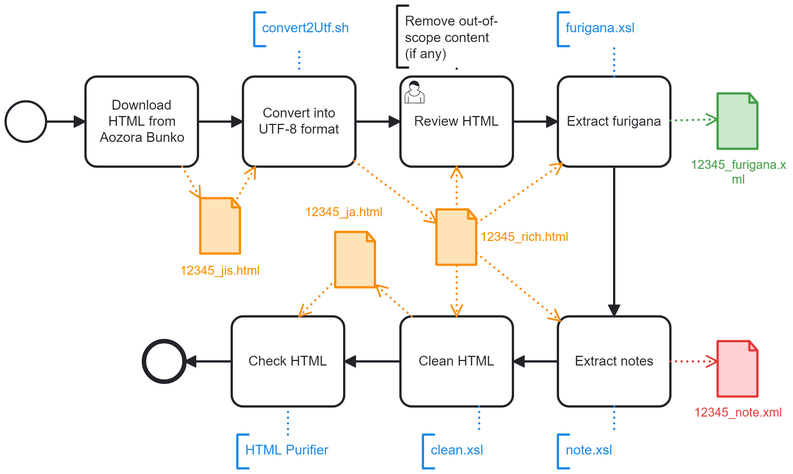
The BPMN diagram 1-CleanUp.png in japotrad/blue-sora, before a commit. Its source is kept beside it as 1-CleanUp.bpmn. Ids are renumbered.
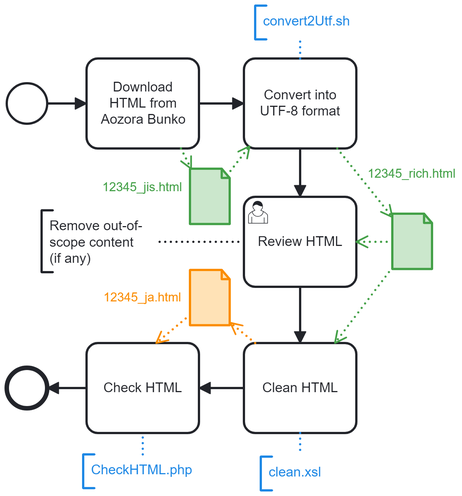
The same file after the commit.

Commit message:
Refactor Initial and CleanUp flows (remove notes and furigana files)

Diff of the diagram source:
```diff
@@ -2,13 +2,31 @@
   <bpmn:process id="buildDbk" name="buildDbk" isExecutable="true">
-    <bpmn:startEvent id="StartEvent_1">
-      <bpmn:outgoing>Flow_n2</bpmn:outgoing>
-    </bpmn:startEvent>
-    <bpmn:task id="Activity_n3" name="Download HTML from Aozora Bunko">
-      <bpmn:incoming>Flow_n2</bpmn:incoming>
-      <bpmn:outgoing>Flow_n4</bpmn:outgoing>
-      <bpmn:dataOutputAssociation id="DataOutputAssociation_n5">
-        <bpmn:targetRef>DataObjectReference_n6</bpmn:targetRef>
+    <bpmn:dataObjectReference id="DataObjectReference_n34" name="12345_ja.html" dataObjectRef="DataObject_n37" />
+    <bpmn:dataObjectReference id="DataObjectReference_n6" name="12345_jis.html" dataObjectRef="DataObject_n13" />
+    <bpmn:dataObjectReference id="DataObjectReference_n12" name="12345_rich.html" dataObjectRef="DataObject_n38" />
+    <bpmn:task id="Activity_n29" name="Check HTML">
+      <bpmn:documentation>Check conformance to a simplified XHTML format.</bpmn:documentation>
+      <bpmn:incoming>Flow_n30</bpmn:incoming>
+      <bpmn:outgoing>Flow_n31</bpmn:outgoing>
+      <bpmn:property id="Property_n32" name="__targetRef_placeholder" />
+      <bpmn:dataInputAssociation id="DataInputAssociation_n33">
+        <bpmn:sourceRef>DataObjectReference_n34</bpmn:sourceRef>
+        <bpmn:targetRef>Property_n32</bpmn:targetRef>
+      </bpmn:dataInputAssociation>
+    </bpmn:task>
+    <bpmn:task id="Activity_n35" name="Clean HTML">
+      <bpmn:documentation>• Remove furigana
+• Remove notes
+• Remove HTML metadata and author's name</bpmn:documentation>
+      <bpmn:extensionElements />
+      <bpmn:incoming>Flow_n58</bpmn:incoming>
+      <bpmn:outgoing>Flow_n30</bpmn:outgoing>
+      <bpmn:property id="Property_n40" name="__targetRef_placeholder" />
+      <bpmn:dataInputAssociation id="DataInputAssociation_n41">
+        <bpmn:sourceRef>DataObjectReference_n12</bpmn:sourceRef>
+        <bpmn:targetRef>Property_n40</bpmn:targetRef>
+      </bpmn:dataInputAssociation>
+      <bpmn:dataOutputAssociation id="DataOutputAssociation_n42">
+        <bpmn:targetRef>DataObjectReference_n34</bpmn:targetRef>
       </bpmn:dataOutputAssociation>
     </bpmn:task>
-    <bpmn:sequenceFlow id="Flow_n2" sourceRef="StartEvent_1" targetRef="Activity_n3" />
     <bpmn:task id="Activity_n7" name="Convert into UTF-8 format">
@@ -28,47 +46,12 @@
     </bpmn:task>
-    <bpmn:sequenceFlow id="Flow_n4" sourceRef="Activity_n3" targetRef="Activity_n7" />
-    <bpmn:dataObjectReference id="DataObjectReference_n6" name="12345_jis.html" dataObjectRef="DataObject_n13" />
+    <bpmn:dataObject id="DataObject_n38" />
+    <bpmn:dataObject id="DataObject_n37" />
     <bpmn:dataObject id="DataObject_n13" />
-    <bpmn:task id="Activity_n14" name="Extract furigana">
-      <bpmn:documentation>Generate an XML file containing only furigana, along with their location in the file.</bpmn:documentation>
-      <bpmn:incoming>Flow_n15</bpmn:incoming>
-      <bpmn:outgoing>Flow_n16</bpmn:outgoing>
-      <bpmn:property id="Property_n17" name="__targetRef_placeholder" />
-      <bpmn:dataInputAssociation id="DataInputAssociation_n18">
-        <bpmn:sourceRef>DataObjectReference_n12</bpmn:sourceRef>
-        <bpmn:targetRef>Property_n17</bpmn:targetRef>
-      </bpmn:dataInputAssociation>
-      <bpmn:dataOutputAssociation id="DataOutputAssociation_n19">
-        <bpmn:targetRef>DataObjectReference_n20</bpmn:targetRef>
+    <bpmn:task id="Activity_n3" name="Download HTML from Aozora Bunko">
+      <bpmn:incoming>Flow_n2</bpmn:incoming>
+      <bpmn:outgoing>Flow_n4</bpmn:outgoing>
+      <bpmn:dataOutputAssociation id="DataOutputAssociation_n5">
+        <bpmn:targetRef>DataObjectReference_n6</bpmn:targetRef>
       </bpmn:dataOutputAssociation>
     </bpmn:task>
-    <bpmn:dataObjectReference id="DataObjectReference_n20" name="12345_furigana.xml" dataObjectRef="DataObject_n21" />
-    <bpmn:dataObject id="DataObject_n21" />
-    <bpmn:task id="Activity_n22" name="Extract notes">
-      <bpmn:documentation>Generate an XML file containing only Aozora's notes, along with their location in the file.</bpmn:documentation>
-      <bpmn:incoming>Flow_n16</bpmn:incoming>
-      <bpmn:outgoing>Flow_n23</bpmn:outgoing>
-      <bpmn:property id="Property_n24" name="__targetRef_placeholder" />
-      <bpmn:dataInputAssociation id="DataInputAssociation_n25">
-        <bpmn:sourceRef>DataObjectReference_n12</bpmn:sourceRef>
-        <bpmn:targetRef>Property_n24</bpmn:targetRef>
-      </bpmn:dataInputAssociation>
-      <bpmn:dataOutputAssociation id="DataOutputAssociation_n26">
-        <bpmn:targetRef>DataObjectReference_n27</bpmn:targetRef>
-      </bpmn:dataOutputAssociation>
-    </bpmn:task>
-    <bpmn:sequenceFlow id="Flow_n16" sourceRef="Activity_n14" targetRef="Activity_n22" />
-    <bpmn:dataObjectReference id="DataObjectReference_n27" name="12345_note.xml" dataObjectRef="DataObject_n28" />
-    <bpmn:dataObject id="DataObject_n28" />
-    <bpmn:task id="Activity_n29" name="Check HTML">
-      <bpmn:documentation>Check conformance to a simplified XHTML format.</bpmn:documentation>
-      <bpmn:incoming>Flow_n30</bpmn:incoming>
-      <bpmn:outgoing>Flow_n31</bpmn:outgoing>
-      <bpmn:property id="Property_n32" name="__targetRef_placeholder" />
-      <bpmn:dataInputAssociation id="DataInputAssociation_n33">
-        <bpmn:sourceRef>DataObjectReference_n34</bpmn:sourceRef>
-        <bpmn:targetRef>Property_n32</bpmn:targetRef>
-      </bpmn:dataInputAssociation>
-    </bpmn:task>
-    <bpmn:sequenceFlow id="Flow_n23" sourceRef="Activity_n22" targetRef="Activity_n35" />
     <bpmn:endEvent id="Event_n36">
@@ -76,24 +59,8 @@
     </bpmn:endEvent>
+    <bpmn:sequenceFlow id="Flow_n30" sourceRef="Activity_n35" targetRef="Activity_n29" />
+    <bpmn:sequenceFlow id="Flow_n58" sourceRef="Activity_n39" targetRef="Activity_n35" />
+    <bpmn:sequenceFlow id="Flow_n4" sourceRef="Activity_n3" targetRef="Activity_n7" />
+    <bpmn:sequenceFlow id="Flow_n8" sourceRef="Activity_n7" targetRef="Activity_n39" />
+    <bpmn:sequenceFlow id="Flow_n2" sourceRef="StartEvent_1" targetRef="Activity_n3" />
     <bpmn:sequenceFlow id="Flow_n31" sourceRef="Activity_n29" targetRef="Event_n36" />
-    <bpmn:dataObjectReference id="DataObjectReference_n34" name="12345_ja.html" dataObjectRef="DataObject_n37" />
-    <bpmn:dataObject id="DataObject_n37" />
-    <bpmn:dataObjectReference id="DataObjectReference_n12" name="12345_rich.html" dataObjectRef="DataObject_n38" />
-    <bpmn:dataObject id="DataObject_n38" />
-    <bpmn:sequenceFlow id="Flow_n8" sourceRef="Activity_n7" targetRef="Activity_n39" />
-    <bpmn:task id="Activity_n35" name="Clean HTML">
-      <bpmn:documentation>• Remove furigana
-• Remove notes
-• Remove HTML metadata and author's name</bpmn:documentation>
-      <bpmn:extensionElements />
-      <bpmn:incoming>Flow_n23</bpmn:incoming>
-      <bpmn:outgoing>Flow_n30</bpmn:outgoing>
-      <bpmn:property id="Property_n40" name="__targetRef_placeholder" />
-      <bpmn:dataInputAssociation id="DataInputAssociation_n41">
-        <bpmn:sourceRef>DataObjectReference_n12</bpmn:sourceRef>
-        <bpmn:targetRef>Property_n40</bpmn:targetRef>
-      </bpmn:dataInputAssociation>
-      <bpmn:dataOutputAssociation id="DataOutputAssociation_n42">
-        <bpmn:targetRef>DataObjectReference_n34</bpmn:targetRef>
-      </bpmn:dataOutputAssociation>
-    </bpmn:task>
     <bpmn:userTask id="Activity_n39" name="Review HTML">
@@ -106,3 +73,3 @@
       <bpmn:incoming>Flow_n8</bpmn:incoming>
-      <bpmn:outgoing>Flow_n15</bpmn:outgoing>
+      <bpmn:outgoing>Flow_n58</bpmn:outgoing>
       <bpmn:property id="Property_n43" name="__targetRef_placeholder" />
@@ -113,4 +80,5 @@
     </bpmn:userTask>
-    <bpmn:sequenceFlow id="Flow_n15" sourceRef="Activity_n39" targetRef="Activity_n14" />
-    <bpmn:sequenceFlow id="Flow_n30" sourceRef="Activity_n35" targetRef="Activity_n29" />
+    <bpmn:startEvent id="StartEvent_1">
+      <bpmn:outgoing>Flow_n2</bpmn:outgoing>
+    </bpmn:startEvent>
     <bpmn:textAnnotation id="TextAnnotation_n45">
@@ -120,3 +88,3 @@
     <bpmn:textAnnotation id="TextAnnotation_n47">
-      <bpmn:text>HTML Purifier</bpmn:text>
+      <bpmn:text>CheckHTML.php</bpmn:text>
     </bpmn:textAnnotation>
@@ -128,10 +96,2 @@
     <bpmn:association id="Association_n50" associationDirection="None" sourceRef="Activity_n39" targetRef="TextAnnotation_n49" />
-    <bpmn:textAnnotation id="TextAnnotation_n51">
-      <bpmn:text>furigana.xsl</bpmn:text>
-    </bpmn:textAnnotation>
-    <bpmn:association id="Association_n52" associationDirection="None" sourceRef="Activity_n14" targetRef="TextAnnotation_n51" />
-    <bpmn:textAnnotation id="TextAnnotation_n53">
-      <bpmn:text>note.xsl</bpmn:text>
-    </bpmn:textAnnotation>
-    <bpmn:association id="Association_n54" associationDirection="None" sourceRef="Activity_n22" targetRef="TextAnnotation_n53" />
     <bpmn:textAnnotation id="TextAnnotation_n55">
@@ -154,49 +114,4 @@
       </bpmndi:BPMNShape>
-      <bpmndi:BPMNShape id="DataObjectReference_n6_di" bpmnElement="DataObjectReference_n6" bioc:stroke="#fb8c00" bioc:fill="#ffe0b2" color:background-color="#ffe0b2" color:border-color="#fb8c00">
-        <dc:Bounds x="352" y="245" width="36" height="50" />
-        <bpmndi:BPMNLabel>
-          <dc:Bounds x="334" y="303" width="72" height="14" />
-        </bpmndi:BPMNLabel>
-      </bpmndi:BPMNShape>
-      <bpmndi:BPMNShape id="Activity_n14_di" bpmnElement="Activity_n14">
-        <dc:Bounds x="670" y="137" width="100" height="80" />
-        <bpmndi:BPMNLabel />
-      </bpmndi:BPMNShape>
-      <bpmndi:BPMNShape id="DataObjectReference_n20_di" bpmnElement="DataObjectReference_n20" bioc:stroke="#43a047" bioc:fill="#c8e6c9" color:background-color="#c8e6c9" color:border-color="#43a047">
-        <dc:Bounds x="812" y="152" width="36" height="50" />
-        <bpmndi:BPMNLabel>
-          <dc:Bounds x="788" y="209" width="86" height="27" />
-        </bpmndi:BPMNLabel>
-      </bpmndi:BPMNShape>
-      <bpmndi:BPMNShape id="Activity_n22_di" bpmnElement="Activity_n22">
-        <dc:Bounds x="670" y="350" width="100" height="80" />
-        <bpmndi:BPMNLabel />
-      </bpmndi:BPMNShape>
-      <bpmndi:BPMNShape id="DataObjectReference_n27_di" bpmnElement="DataObjectReference_n27" bioc:stroke="#e53935" bioc:fill="#ffcdd2" color:background-color="#ffcdd2" color:border-color="#e53935">
-        <dc:Bounds x="812" y="372" width="36" height="50" />
-        <bpmndi:BPMNLabel>
-          <dc:Bounds x="791" y="429" width="79" height="14" />
-        </bpmndi:BPMNLabel>
-      </bpmndi:BPMNShape>
       <bpmndi:BPMNShape id="Activity_n29_di" bpmnElement="Activity_n29">
-        <dc:Bounds x="380" y="350" width="100" height="80" />
-        <bpmndi:BPMNLabel />
-      </bpmndi:BPMNShape>
-      <bpmndi:BPMNShape id="Event_n36_di" bpmnElement="Event_n36">
-        <dc:Bounds x="302" y="372" width="36" height="36" />
-      </bpmndi:BPMNShape>
-      <bpmndi:BPMNShape id="DataObjectReference_n34_di" bpmnElement="DataObjectReference_n34" bioc:stroke="#fb8c00" bioc:fill="#ffe0b2" color:background-color="#ffe0b2" color:border-color="#fb8c00">
-        <dc:Bounds x="472" y="275" width="36" height="50" />
-        <bpmndi:BPMNLabel>
-          <dc:Bounds x="445" y="251" width="70" height="14" />
-        </bpmndi:BPMNLabel>
-      </bpmndi:BPMNShape>
-      <bpmndi:BPMNShape id="DataObjectReference_n12_di" bpmnElement="DataObjectReference_n12" bioc:stroke="#fb8c00" bioc:fill="#ffe0b2" color:background-color="#ffe0b2" color:border-color="#fb8c00">
-        <dc:Bounds x="562" y="255" width="36" height="50" />
-        <bpmndi:BPMNLabel color:color="#fb8c00">
-          <dc:Bounds x="601" y="273" width="79" height="14" />
-        </bpmndi:BPMNLabel>
-      </bpmndi:BPMNShape>
-      <bpmndi:BPMNShape id="Activity_n35_di" bpmnElement="Activity_n35">
-        <dc:Bounds x="530" y="350" width="100" height="80" />
+        <dc:Bounds x="250" y="390" width="100" height="80" />
         <bpmndi:BPMNLabel />
@@ -204,32 +119,49 @@
       <bpmndi:BPMNShape id="Activity_n39_di" bpmnElement="Activity_n39">
-        <dc:Bounds x="530" y="137" width="100" height="80" />
+        <dc:Bounds x="390" y="260" width="100" height="80" />
         <bpmndi:BPMNLabel />
       </bpmndi:BPMNShape>
-      <bpmndi:BPMNShape id="TextAnnotation_n45_di" bpmnElement="TextAnnotation_n45" bioc:stroke="#1e88e5" bioc:fill="#bbdefb" color:background-color="#bbdefb" color:border-color="#1e88e5">
-        <dc:Bounds x="400" y="80" width="122" height="30" />
+      <bpmndi:BPMNShape id="Activity_n35_di" bpmnElement="Activity_n35">
+        <dc:Bounds x="390" y="390" width="100" height="80" />
         <bpmndi:BPMNLabel />
       </bpmndi:BPMNShape>
-      <bpmndi:BPMNShape id="BPMNShape_n57" bpmnElement="TextAnnotation_n47" bioc:stroke="#1e88e5" bioc:fill="#bbdefb" color:background-color="#bbdefb" color:border-color="#1e88e5">
-        <dc:Bounds x="385" y="455" width="90" height="30" />
-        <bpmndi:BPMNLabel />
+      <bpmndi:BPMNShape id="DataObjectReference_n6_di" bpmnElement="DataObjectReference_n6" bioc:stroke="#43a047" bioc:fill="#c8e6c9" color:background-color="#c8e6c9" color:border-color="#43a047">
+        <dc:Bounds x="342" y="235" width="36" height="50" />
+        <bpmndi:BPMNLabel>
+          <dc:Bounds x="264" y="245" width="71" height="14" />
+        </bpmndi:BPMNLabel>
       </bpmndi:BPMNShape>
-      <bpmndi:BPMNShape id="TextAnnotation_n49_di" bpmnElement="TextAnnotation_n49">
-        <dc:Bounds x="527" y="74" width="104.99131774902344" height="54.99131774902344" />
-        <bpmndi:BPMNLabel />
+      <bpmndi:BPMNShape id="DataObjectReference_n34_di" bpmnElement="DataObjectReference_n34" bioc:stroke="#fb8c00" bioc:fill="#ffe0b2" color:background-color="#ffe0b2" color:border-color="#fb8c00">
+        <dc:Bounds x="342" y="325" width="36" height="50" />
+        <bpmndi:BPMNLabel>
+          <dc:Bounds x="265" y="343" width="70" height="14" />
+        </bpmndi:BPMNLabel>
       </bpmndi:BPMNShape>
-      <bpmndi:BPMNShape id="TextAnnotation_n51_di" bpmnElement="TextAnnotation_n51" bioc:stroke="#1e88e5" bioc:fill="#bbdefb" color:background-color="#bbdefb" color:border-color="#1e88e5">
-        <dc:Bounds x="670" y="80" width="90" height="30" />
-        <bpmndi:BPMNLabel />
+      <bpmndi:BPMNShape id="DataObjectReference_n12_di" bpmnElement="DataObjectReference_n12" bioc:stroke="#43a047" bioc:fill="#c8e6c9" color:background-color="#c8e6c9" color:border-color="#43a047">
+        <dc:Bounds x="522" y="275" width="36" height="50" />
+        <bpmndi:BPMNLabel color:color="#43a047">
+          <dc:Bounds x="500" y="233" width="79" height="14" />
+        </bpmndi:BPMNLabel>
       </bpmndi:BPMNShape>
-      <bpmndi:BPMNShape id="TextAnnotation_n53_di" bpmnElement="TextAnnotation_n53" bioc:stroke="#1e88e5" bioc:fill="#bbdefb" color:background-color="#bbdefb" color:border-color="#1e88e5">
-        <dc:Bounds x="670" y="455" width="100" height="30" />
-        <bpmndi:BPMNLabel />
+      <bpmndi:BPMNShape id="Event_n36_di" bpmnElement="Event_n36">
+        <dc:Bounds x="179" y="412" width="36" height="36" />
       </bpmndi:BPMNShape>
-      <bpmndi:BPMNShape id="TextAnnotation_n55_di" bpmnElement="TextAnnotation_n55" bioc:stroke="#1e88e5" bioc:fill="#bbdefb" color:background-color="#bbdefb" color:border-color="#1e88e5">
-        <dc:Bounds x="550" y="455" width="70" height="30" />
-        <bpmndi:BPMNLabel />
-      </bpmndi:BPMNShape>
-      <bpmndi:BPMNEdge id="DataOutputAssociation_n5_di" bpmnElement="DataOutputAssociation_n5" bioc:stroke="#fb8c00" color:border-color="#fb8c00">
-        <di:waypoint x="336" y="217" />
-        <di:waypoint x="352" y="245" />
+      <bpmndi:BPMNEdge id="Association_n50_di" bpmnElement="Association_n50">
+        <di:waypoint x="390" y="300" />
+        <di:waypoint x="310" y="300" />
+      </bpmndi:BPMNEdge>
+      <bpmndi:BPMNEdge id="Association_n48_di" bpmnElement="Association_n48" bioc:stroke="#1e88e5" color:border-color="#1e88e5">
+        <di:waypoint x="300" y="489" />
+        <di:waypoint x="300" y="470" />
+      </bpmndi:BPMNEdge>
+      <bpmndi:BPMNEdge id="Association_n56_di" bpmnElement="Association_n56" bioc:stroke="#1e88e5" color:border-color="#1e88e5">
+        <di:waypoint x="440" y="470" />
+        <di:waypoint x="440" y="486" />
+      </bpmndi:BPMNEdge>
+      <bpmndi:BPMNEdge id="Association_n46_di" bpmnElement="Association_n46" bioc:stroke="#1e88e5" color:border-color="#1e88e5">
+        <di:waypoint x="440" y="137" />
+        <di:waypoint x="440" y="120" />
+      </bpmndi:BPMNEdge>
+      <bpmndi:BPMNEdge id="DataOutputAssociation_n5_di" bpmnElement="DataOutputAssociation_n5" bioc:stroke="#43a047" color:border-color="#43a047">
+        <di:waypoint x="334" y="217" />
+        <di:waypoint x="343" y="235" />
       </bpmndi:BPMNEdge>
@@ -239,9 +171,9 @@
       </bpmndi:BPMNEdge>
-      <bpmndi:BPMNEdge id="DataInputAssociation_n10_di" bpmnElement="DataInputAssociation_n10" bioc:stroke="#fb8c00" color:border-color="#fb8c00">
-        <di:waypoint x="385" y="245" />
-        <di:waypoint x="401" y="217" />
+      <bpmndi:BPMNEdge id="DataInputAssociation_n10_di" bpmnElement="DataInputAssociation_n10" bioc:stroke="#43a047" color:border-color="#43a047">
+        <di:waypoint x="378" y="237" />
+        <di:waypoint x="395" y="215" />
       </bpmndi:BPMNEdge>
-      <bpmndi:BPMNEdge id="DataOutputAssociation_n11_di" bpmnElement="DataOutputAssociation_n11" bioc:stroke="#fb8c00" color:border-color="#fb8c00">
-        <di:waypoint x="489" y="212" />
-        <di:waypoint x="562" y="267" />
+      <bpmndi:BPMNEdge id="DataOutputAssociation_n11_di" bpmnElement="DataOutputAssociation_n11" bioc:stroke="#43a047" color:border-color="#43a047">
+        <di:waypoint x="473" y="217" />
+        <di:waypoint x="522" y="278" />
       </bpmndi:BPMNEdge>
@@ -251,82 +183,50 @@
       </bpmndi:BPMNEdge>
-      <bpmndi:BPMNEdge id="DataInputAssociation_n18_di" bpmnElement="DataInputAssociation_n18" bioc:stroke="#fb8c00" color:border-color="#fb8c00">
-        <di:waypoint x="598" y="267" />
-        <di:waypoint x="674" y="214" />
+      <bpmndi:BPMNEdge id="Flow_n8_di" bpmnElement="Flow_n8">
+        <di:waypoint x="440" y="217" />
+        <di:waypoint x="440" y="260" />
       </bpmndi:BPMNEdge>
-      <bpmndi:BPMNEdge id="DataOutputAssociation_n19_di" bpmnElement="DataOutputAssociation_n19" bioc:stroke="#43a047" color:border-color="#43a047">
-        <di:waypoint x="770" y="176" />
-        <di:waypoint x="812" y="175" />
+      <bpmndi:BPMNEdge id="DataInputAssociation_n41_di" bpmnElement="DataInputAssociation_n41" bioc:stroke="#43a047" color:border-color="#43a047">
+        <di:waypoint x="522" y="323" />
+        <di:waypoint x="471" y="390" />
       </bpmndi:BPMNEdge>
-      <bpmndi:BPMNEdge id="DataInputAssociation_n25_di" bpmnElement="DataInputAssociation_n25" bioc:stroke="#fb8c00" color:border-color="#fb8c00">
-        <di:waypoint x="598" y="294" />
-        <di:waypoint x="672" y="354" />
-      </bpmndi:BPMNEdge>
-      <bpmndi:BPMNEdge id="DataOutputAssociation_n26_di" bpmnElement="DataOutputAssociation_n26" bioc:stroke="#e53935" color:border-color="#e53935">
-        <di:waypoint x="770" y="390" />
-        <di:waypoint x="812" y="390" />
-      </bpmndi:BPMNEdge>
-      <bpmndi:BPMNEdge id="Flow_n16_di" bpmnElement="Flow_n16">
-        <di:waypoint x="720" y="217" />
-        <di:waypoint x="720" y="350" />
+      <bpmndi:BPMNEdge id="DataInputAssociation_n44_di" bpmnElement="DataInputAssociation_n44" bioc:stroke="#43a047" color:border-color="#43a047">
+        <di:waypoint x="522" y="300" />
+        <di:waypoint x="490" y="300" />
       </bpmndi:BPMNEdge>
       <bpmndi:BPMNEdge id="DataInputAssociation_n33_di" bpmnElement="DataInputAssociation_n33" bioc:stroke="#fb8c00" color:border-color="#fb8c00">
-        <di:waypoint x="472" y="318" />
-        <di:waypoint x="440" y="350" />
+        <di:waypoint x="342" y="365" />
+        <di:waypoint x="312" y="390" />
       </bpmndi:BPMNEdge>
-      <bpmndi:BPMNEdge id="Flow_n23_di" bpmnElement="Flow_n23">
-        <di:waypoint x="670" y="390" />
-        <di:waypoint x="630" y="390" />
+      <bpmndi:BPMNEdge id="Flow_n30_di" bpmnElement="Flow_n30">
+        <di:waypoint x="390" y="430" />
+        <di:waypoint x="350" y="430" />
       </bpmndi:BPMNEdge>
       <bpmndi:BPMNEdge id="Flow_n31_di" bpmnElement="Flow_n31">
-        <di:waypoint x="380" y="390" />
-        <di:waypoint x="338" y="390" />
-      </bpmndi:BPMNEdge>
-      <bpmndi:BPMNEdge id="Flow_n8_di" bpmnElement="Flow_n8">
-        <di:waypoint x="490" y="177" />
-        <di:waypoint x="530" y="177" />
-      </bpmndi:BPMNEdge>
-      <bpmndi:BPMNEdge id="DataInputAssociation_n41_di" bpmnElement="DataInputAssociation_n41" bioc:stroke="#fb8c00" color:border-color="#fb8c00">
-        <di:waypoint x="580" y="305" />
-        <di:waypoint x="580" y="350" />
+        <di:waypoint x="250" y="430" />
+        <di:waypoint x="215" y="430" />
       </bpmndi:BPMNEdge>
       <bpmndi:BPMNEdge id="DataOutputAssociation_n42_di" bpmnElement="DataOutputAssociation_n42" bioc:stroke="#fb8c00" color:border-color="#fb8c00">
-        <di:waypoint x="540" y="350" />
-        <di:waypoint x="508" y="322" />
+        <di:waypoint x="400" y="390" />
+        <di:waypoint x="378" y="372" />
       </bpmndi:BPMNEdge>
-      <bpmndi:BPMNEdge id="DataInputAssociation_n44_di" bpmnElement="DataInputAssociation_n44" bioc:stroke="#fb8c00" color:border-color="#fb8c00">
-        <di:waypoint x="580" y="255" />
-        <di:waypoint x="580" y="217" />
+      <bpmndi:BPMNEdge id="Flow_n58_di" bpmnElement="Flow_n58">
+        <di:waypoint x="440" y="340" />
+        <di:waypoint x="440" y="390" />
       </bpmndi:BPMNEdge>
-      <bpmndi:BPMNEdge id="Flow_n15_di" bpmnElement="Flow_n15">
-        <di:waypoint x="630" y="177" />
-        <di:waypoint x="670" y="177" />
-      </bpmndi:BPMNEdge>
-      <bpmndi:BPMNEdge id="Flow_n30_di" bpmnElement="Flow_n30">
-        <di:waypoint x="530" y="390" />
-        <di:waypoint x="480" y="390" />
-      </bpmndi:BPMNEdge>
-      <bpmndi:BPMNEdge id="Association_n46_di" bpmnElement="Association_n46" bioc:stroke="#1e88e5" color:border-color="#1e88e5">
-        <di:waypoint x="440" y="130" />
-        <di:waypoint x="440" y="110" />
-      </bpmndi:BPMNEdge>
-      <bpmndi:BPMNEdge id="Association_n48_di" bpmnElement="Association_n48" bioc:stroke="#1e88e5" color:border-color="#1e88e5">
-        <di:waypoint x="430" y="455" />
-        <di:waypoint x="430" y="430" />
-      </bpmndi:BPMNEdge>
-      <bpmndi:BPMNEdge id="Association_n50_di" bpmnElement="Association_n50">
-        <di:waypoint x="580" y="130" />
-        <di:waypoint x="580" y="129" />
-      </bpmndi:BPMNEdge>
-      <bpmndi:BPMNEdge id="Association_n52_di" bpmnElement="Association_n52" bioc:stroke="#1e88e5" color:border-color="#1e88e5">
-        <di:waypoint x="720" y="137" />
-        <di:waypoint x="720" y="110" />
-      </bpmndi:BPMNEdge>
-      <bpmndi:BPMNEdge id="Association_n54_di" bpmnElement="Association_n54" bioc:stroke="#1e88e5" color:border-color="#1e88e5">
-        <di:waypoint x="720" y="430" />
-        <di:waypoint x="720" y="455" />
-      </bpmndi:BPMNEdge>
-      <bpmndi:BPMNEdge id="Association_n56_di" bpmnElement="Association_n56" bioc:stroke="#1e88e5" color:border-color="#1e88e5">
-        <di:waypoint x="600" y="430" />
-        <di:waypoint x="600" y="455" />
-      </bpmndi:BPMNEdge>
+      <bpmndi:BPMNShape id="TextAnnotation_n49_di" bpmnElement="TextAnnotation_n49">
+        <dc:Bounds x="210" y="272" width="100" height="55" />
+        <bpmndi:BPMNLabel />
+      </bpmndi:BPMNShape>
+      <bpmndi:BPMNShape id="BPMNShape_n57" bpmnElement="TextAnnotation_n47" bioc:stroke="#1e88e5" bioc:fill="#bbdefb" color:background-color="#bbdefb" color:border-color="#1e88e5">
+        <dc:Bounds x="247" y="489" width="105" height="30" />
+        <bpmndi:BPMNLabel />
+      </bpmndi:BPMNShape>
+      <bpmndi:BPMNShape id="TextAnnotation_n55_di" bpmnElement="TextAnnotation_n55" bioc:stroke="#1e88e5" bioc:fill="#bbdefb" color:background-color="#bbdefb" color:border-color="#1e88e5">
+        <dc:Bounds x="405" y="491" width="70" height="30" />
+        <bpmndi:BPMNLabel />
+      </bpmndi:BPMNShape>
+      <bpmndi:BPMNShape id="TextAnnotation_n45_di" bpmnElement="TextAnnotation_n45" bioc:stroke="#1e88e5" bioc:fill="#bbdefb" color:background-color="#bbdefb" color:border-color="#1e88e5">
+        <dc:Bounds x="400" y="90" width="100" height="30" />
+        <bpmndi:BPMNLabel />
+      </bpmndi:BPMNShape>
     </bpmndi:BPMNPlane>
```
